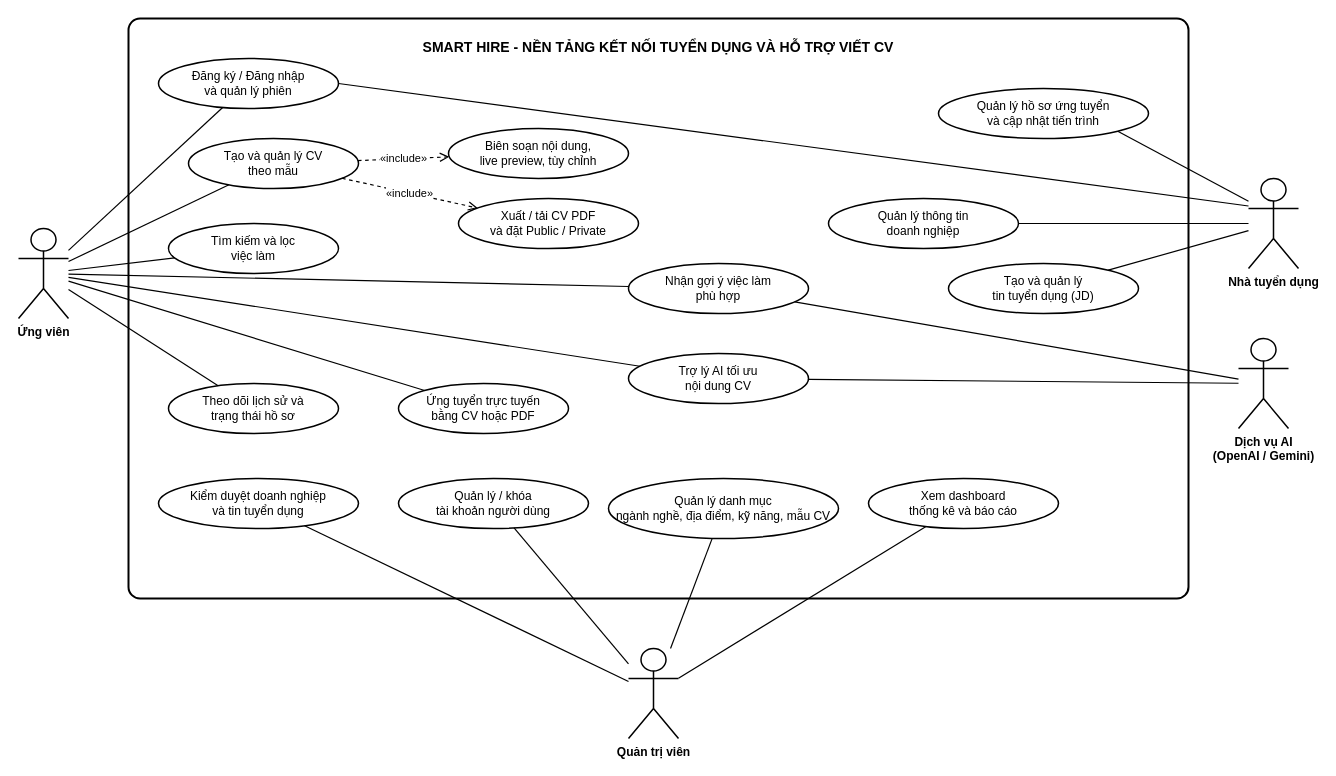
Before: page "Use Case tổng quát" (1 of 3) of diagrams/usecase.drawio in SE-Project-CTU/smart-recruitment-docs, a draw.io diagram. Source tidied: cells renumbered, new cells numbered last; positions are measured from the earlier drawing's top-left corner, leaving out a move shared by most shapes. Both pictures are drawn from the tidied source at 100%, with x=0, y=0 at pixel (18, 18).
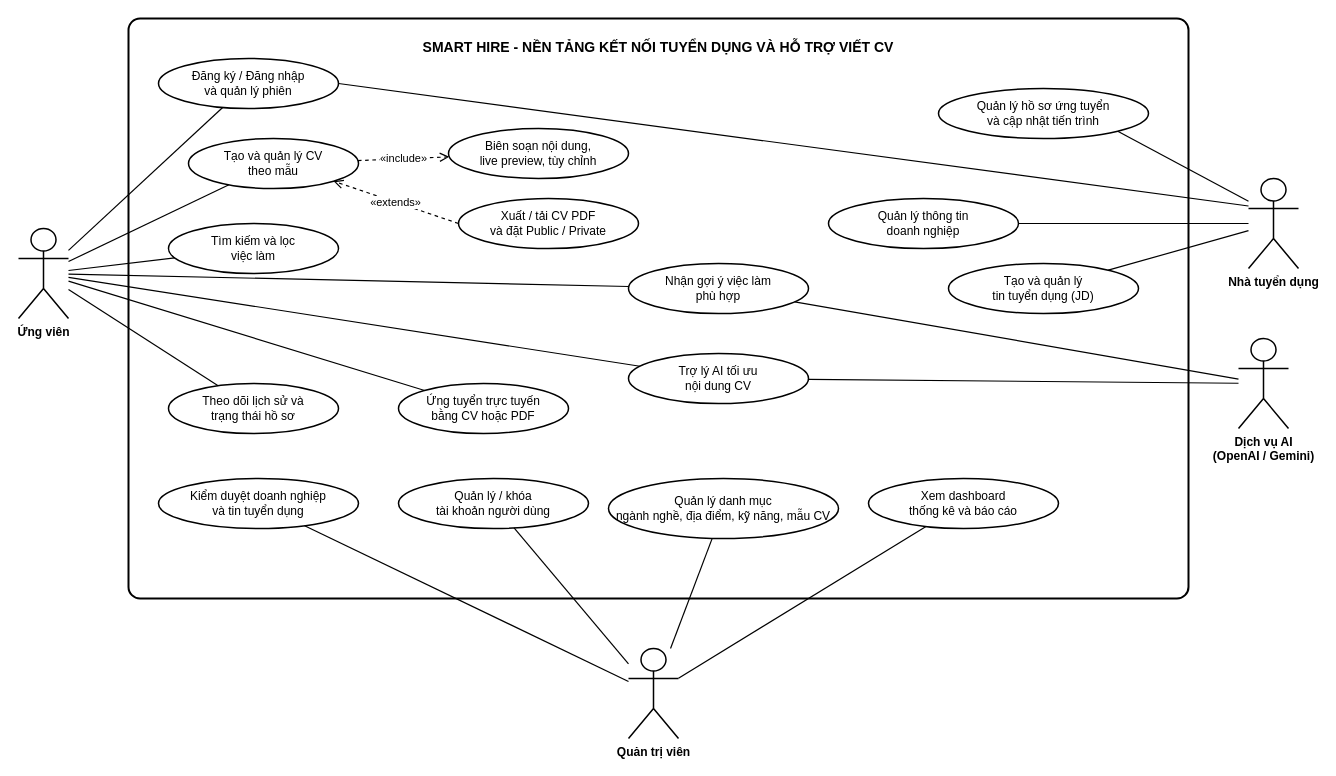
The same page after the edit.

Unchanged cells that the change refers to:
```xml
<mxCell id="4" value="Tạo và quản lý CV&#10;theo mẫu" style="ellipse;whiteSpace=wrap;html=1;strokeWidth=1.5;strokeColor=#000000;fillColor=#FFFFFF;fontColor=#000000;fontSize=12;align=center;verticalAlign=middle;" parent="1" vertex="1">
  <mxGeometry x="170" y="120" width="170" height="50" as="geometry" />
</mxCell>
<mxCell id="6" value="Xuất / tải CV PDF&#10;và đặt Public / Private" style="ellipse;whiteSpace=wrap;html=1;strokeWidth=1.5;strokeColor=#000000;fillColor=#FFFFFF;fontColor=#000000;fontSize=12;align=center;verticalAlign=middle;" parent="1" vertex="1">
  <mxGeometry x="440" y="180" width="180" height="50" as="geometry" />
</mxCell>
```

Diff of the diagram source:
```diff
@@
-    <mxCell id="24" value="«include»" style="dashed=1;endArrow=open;endFill=0;endSize=7;html=1;strokeWidth=1.2;strokeColor=#000000;fontColor=#000000;fontSize=11;labelBackgroundColor=#FFFFFF;align=center;verticalAlign=middle;" parent="1" edge="1" source="4" target="6">
+    <mxCell id="24" value="«extends»" style="dashed=1;endArrow=open;endFill=0;endSize=7;html=1;strokeWidth=1.2;strokeColor=#000000;fontColor=#000000;fontSize=11;labelBackgroundColor=#FFFFFF;align=center;verticalAlign=middle;exitX=0;exitY=0.5;exitDx=0;exitDy=0;entryX=1;entryY=1;entryDx=0;entryDy=0;" parent="1" edge="1" source="6" target="4">
       <mxGeometry relative="1" as="geometry" />
     </mxCell>
```
